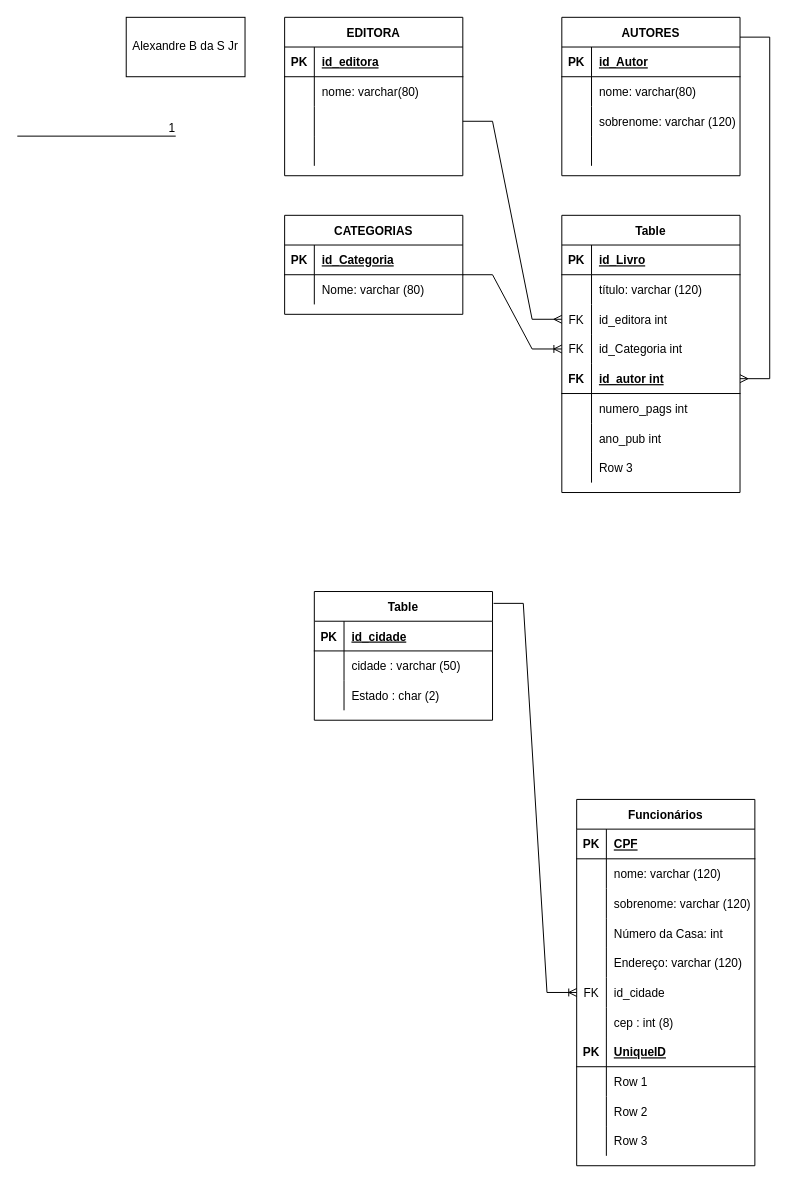
The draw.io diagram modelofisico.drawio in cgviak/Aulas-Novotec, before the edit. Source tidied: cells renumbered, new cells numbered last; positions are measured from the earlier drawing's top-left corner, leaving out a move shared by most shapes. Both pictures are drawn from the tidied source at 99%, with x=0, y=0 at pixel (17, 17).
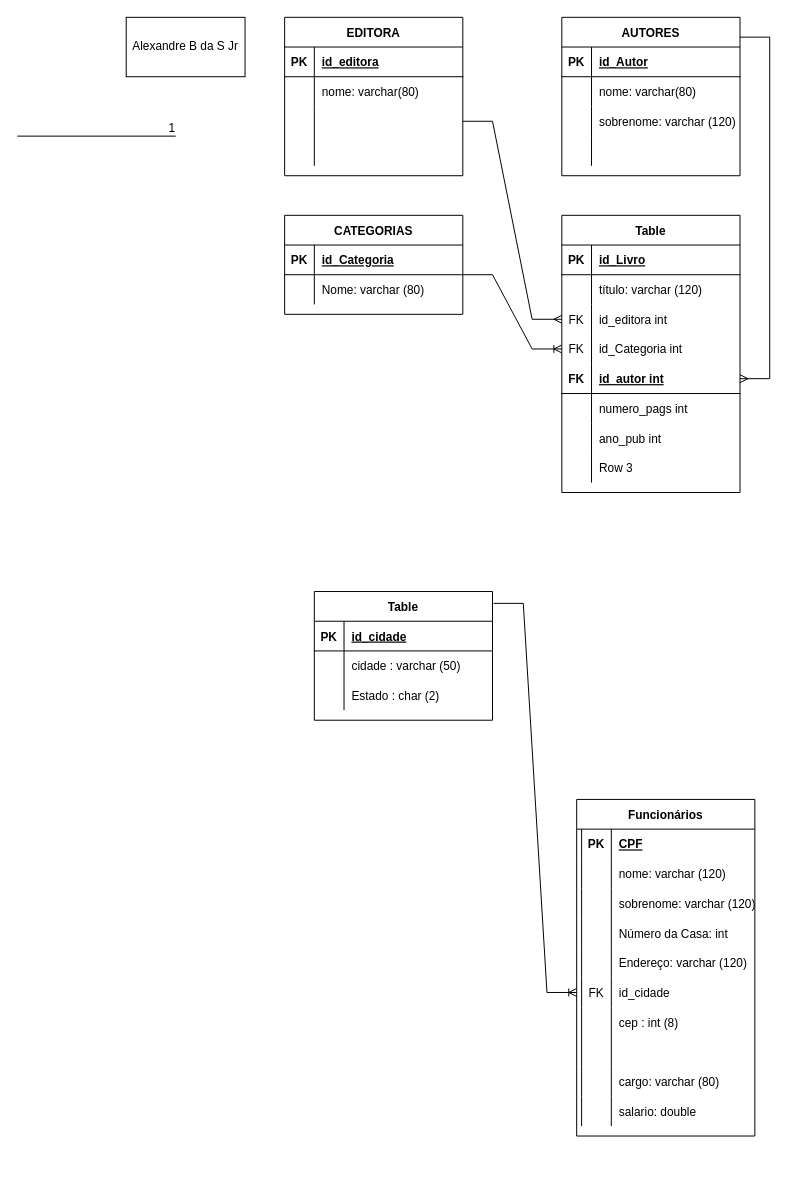
Above is the later version.

What changed in the source:
```diff
@@
     <mxCell id="76" value="Funcionários" style="shape=table;startSize=30;childLayout=tableLayout;rowLines=0;fontStyle=1;align=center;" parent="1" vertex="1">
-      <mxGeometry x="565" y="790" width="180" height="370" as="geometry" />
+      <mxGeometry x="565" y="790" width="180" height="340" as="geometry" />
     </mxCell>
-    <mxCell id="77" style="shape=tableRow;horizontal=0;startSize=0;swimlaneHead=0;swimlaneBody=0;fillColor=none;top=0;left=0;right=0;bottom=1;" parent="76" vertex="1">
+    <mxCell id="77" style="shape=tableRow;horizontal=0;startSize=5;swimlaneHead=0;swimlaneBody=0;fillColor=none;top=0;left=0;right=0;bottom=1;" parent="76" vertex="1">
       <mxGeometry y="30" width="180" height="30" as="geometry" />
     </mxCell>
     <mxCell id="78" value="PK" style="shape=partialRectangle;fillColor=none;top=0;left=0;bottom=0;right=0;fontStyle=1;overflow=hidden;" parent="77" vertex="1">
-      <mxGeometry width="30" height="30" as="geometry" />
+      <mxGeometry x="5" width="30" height="30" as="geometry" />
     </mxCell>
     <mxCell id="79" value="CPF" style="shape=partialRectangle;fillColor=none;top=0;left=0;bottom=0;right=0;align=left;spacingLeft=6;fontStyle=5;overflow=hidden;" parent="77" vertex="1">
-      <mxGeometry x="30" width="150" height="30" as="geometry" />
+      <mxGeometry x="35" width="145" height="30" as="geometry" />
     </mxCell>
-    <mxCell id="80" style="shape=tableRow;horizontal=0;startSize=0;swimlaneHead=0;swimlaneBody=0;fillColor=none;top=0;left=0;right=0;bottom=0;" parent="76" vertex="1">
+    <mxCell id="80" style="shape=tableRow;horizontal=0;startSize=5;swimlaneHead=0;swimlaneBody=0;fillColor=none;top=0;left=0;right=0;bottom=0;" parent="76" vertex="1">
       <mxGeometry y="60" width="180" height="30" as="geometry" />
     </mxCell>
     <mxCell id="81" style="shape=partialRectangle;fillColor=none;top=0;left=0;bottom=0;right=0;overflow=hidden;" parent="80" vertex="1">
-      <mxGeometry width="30" height="30" as="geometry" />
+      <mxGeometry x="5" width="30" height="30" as="geometry" />
     </mxCell>
     <mxCell id="82" value="nome: varchar (120)" style="shape=partialRectangle;fillColor=none;top=0;left=0;bottom=0;right=0;align=left;spacingLeft=6;overflow=hidden;" parent="80" vertex="1">
-      <mxGeometry x="30" width="150" height="30" as="geometry" />
+      <mxGeometry x="35" width="145" height="30" as="geometry" />
     </mxCell>
-    <mxCell id="83" style="shape=tableRow;horizontal=0;startSize=0;swimlaneHead=0;swimlaneBody=0;fillColor=none;top=0;left=0;right=0;bottom=0;" parent="76" vertex="1">
+    <mxCell id="83" style="shape=tableRow;horizontal=0;startSize=5;swimlaneHead=0;swimlaneBody=0;fillColor=none;top=0;left=0;right=0;bottom=0;" parent="76" vertex="1">
       <mxGeometry y="90" width="180" height="30" as="geometry" />
     </mxCell>
     <mxCell id="84" style="shape=partialRectangle;fillColor=none;top=0;left=0;bottom=0;right=0;overflow=hidden;" parent="83" vertex="1">
-      <mxGeometry width="30" height="30" as="geometry" />
+      <mxGeometry x="5" width="30" height="30" as="geometry" />
     </mxCell>
     <mxCell id="85" value="sobrenome: varchar (120)" style="shape=partialRectangle;fillColor=none;top=0;left=0;bottom=0;right=0;align=left;spacingLeft=6;overflow=hidden;" parent="83" vertex="1">
-      <mxGeometry x="30" width="150" height="30" as="geometry" />
+      <mxGeometry x="35" width="145" height="30" as="geometry" />
     </mxCell>
-    <mxCell id="86" style="shape=tableRow;horizontal=0;startSize=0;swimlaneHead=0;swimlaneBody=0;fillColor=none;top=0;left=0;right=0;bottom=0;" parent="76" vertex="1">
+    <mxCell id="86" style="shape=tableRow;horizontal=0;startSize=5;swimlaneHead=0;swimlaneBody=0;fillColor=none;top=0;left=0;right=0;bottom=0;" parent="76" vertex="1">
       <mxGeometry y="120" width="180" height="30" as="geometry" />
     </mxCell>
     <mxCell id="87" style="shape=partialRectangle;fillColor=none;top=0;left=0;bottom=0;right=0;overflow=hidden;" parent="86" vertex="1">
-      <mxGeometry width="30" height="30" as="geometry" />
+      <mxGeometry x="5" width="30" height="30" as="geometry" />
     </mxCell>
     <mxCell id="88" value="Número da Casa: int" style="shape=partialRectangle;fillColor=none;top=0;left=0;bottom=0;right=0;align=left;spacingLeft=6;overflow=hidden;" parent="86" vertex="1">
-      <mxGeometry x="30" width="150" height="30" as="geometry" />
+      <mxGeometry x="35" width="145" height="30" as="geometry" />
     </mxCell>
-    <mxCell id="89" style="shape=tableRow;horizontal=0;startSize=0;swimlaneHead=0;swimlaneBody=0;fillColor=none;top=0;left=0;right=0;bottom=0;" parent="76" vertex="1">
+    <mxCell id="89" style="shape=tableRow;horizontal=0;startSize=5;swimlaneHead=0;swimlaneBody=0;fillColor=none;top=0;left=0;right=0;bottom=0;" parent="76" vertex="1">
       <mxGeometry y="150" width="180" height="30" as="geometry" />
     </mxCell>
     <mxCell id="90" style="shape=partialRectangle;fillColor=none;top=0;left=0;bottom=0;right=0;overflow=hidden;" parent="89" vertex="1">
-      <mxGeometry width="30" height="30" as="geometry" />
+      <mxGeometry x="5" width="30" height="30" as="geometry" />
     </mxCell>
     <mxCell id="91" value="Endereço: varchar (120)" style="shape=partialRectangle;fillColor=none;top=0;left=0;bottom=0;right=0;align=left;spacingLeft=6;overflow=hidden;" parent="89" vertex="1">
-      <mxGeometry x="30" width="150" height="30" as="geometry" />
+      <mxGeometry x="35" width="145" height="30" as="geometry" />
     </mxCell>
-    <mxCell id="92" style="shape=tableRow;horizontal=0;startSize=0;swimlaneHead=0;swimlaneBody=0;fillColor=none;points=[[0,0.5],[1,0.5]];portConstraint=eastwest;top=0;left=0;right=0;bottom=0;" parent="76" vertex="1">
+    <mxCell id="92" style="shape=tableRow;horizontal=0;startSize=5;swimlaneHead=0;swimlaneBody=0;fillColor=none;points=[[0,0.5],[1,0.5]];portConstraint=eastwest;top=0;left=0;right=0;bottom=0;" parent="76" vertex="1">
       <mxGeometry y="180" width="180" height="30" as="geometry" />
     </mxCell>
     <mxCell id="93" value="FK" style="shape=partialRectangle;fillColor=none;top=0;left=0;bottom=0;right=0;overflow=hidden;" parent="92" vertex="1">
-      <mxGeometry width="30" height="30" as="geometry" />
+      <mxGeometry x="5" width="30" height="30" as="geometry" />
     </mxCell>
     <mxCell id="94" value="id_cidade" style="shape=partialRectangle;fillColor=none;top=0;left=0;bottom=0;right=0;align=left;spacingLeft=6;overflow=hidden;" parent="92" vertex="1">
-      <mxGeometry x="30" width="150" height="30" as="geometry" />
+      <mxGeometry x="35" width="145" height="30" as="geometry" />
     </mxCell>
-    <mxCell id="95" style="shape=tableRow;horizontal=0;startSize=0;swimlaneHead=0;swimlaneBody=0;fillColor=none;top=0;left=0;right=0;bottom=0;" parent="76" vertex="1">
+    <mxCell id="95" style="shape=tableRow;horizontal=0;startSize=5;swimlaneHead=0;swimlaneBody=0;fillColor=none;top=0;left=0;right=0;bottom=0;" parent="76" vertex="1">
       <mxGeometry y="210" width="180" height="30" as="geometry" />
     </mxCell>
     <mxCell id="96" style="shape=partialRectangle;fillColor=none;top=0;left=0;bottom=0;right=0;overflow=hidden;" parent="95" vertex="1">
-      <mxGeometry width="30" height="30" as="geometry" />
+      <mxGeometry x="5" width="30" height="30" as="geometry" />
     </mxCell>
     <mxCell id="97" value="cep : int (8)" style="shape=partialRectangle;fillColor=none;top=0;left=0;bottom=0;right=0;align=left;spacingLeft=6;overflow=hidden;" parent="95" vertex="1">
-      <mxGeometry x="30" width="150" height="30" as="geometry" />
+      <mxGeometry x="35" width="145" height="30" as="geometry" />
     </mxCell>
-    <mxCell id="98" style="shape=tableRow;horizontal=0;startSize=0;swimlaneHead=0;swimlaneBody=0;fillColor=none;top=0;left=0;right=0;bottom=1;" parent="76" vertex="1">
+    <mxCell id="98" style="shape=tableRow;horizontal=0;startSize=5;swimlaneHead=0;swimlaneBody=0;fillColor=none;top=0;left=0;right=0;bottom=1;" parent="76" vertex="1">
       <mxGeometry y="240" width="180" height="30" as="geometry" />
     </mxCell>
-    <mxCell id="99" value="PK" style="shape=partialRectangle;fillColor=none;top=0;left=0;bottom=0;right=0;fontStyle=1;overflow=hidden;" parent="98" vertex="1">
-      <mxGeometry width="30" height="30" as="geometry" />
+    <mxCell id="99" style="shape=partialRectangle;fillColor=none;top=0;left=0;bottom=0;right=0;fontStyle=1;overflow=hidden;" parent="98" vertex="1">
+      <mxGeometry x="5" width="30" height="30" as="geometry" />
     </mxCell>
-    <mxCell id="100" value="UniqueID" style="shape=partialRectangle;fillColor=none;top=0;left=0;bottom=0;right=0;align=left;spacingLeft=6;fontStyle=5;overflow=hidden;" parent="98" vertex="1">
-      <mxGeometry x="30" width="150" height="30" as="geometry" />
+    <mxCell id="100" style="shape=partialRectangle;fillColor=none;top=0;left=0;bottom=0;right=0;align=left;spacingLeft=6;fontStyle=5;overflow=hidden;" parent="98" vertex="1">
+      <mxGeometry x="35" width="145" height="30" as="geometry" />
     </mxCell>
-    <mxCell id="101" style="shape=tableRow;horizontal=0;startSize=0;swimlaneHead=0;swimlaneBody=0;fillColor=none;top=0;left=0;right=0;bottom=0;" parent="76" vertex="1">
+    <mxCell id="101" style="shape=tableRow;horizontal=0;startSize=5;swimlaneHead=0;swimlaneBody=0;fillColor=none;top=0;left=0;right=0;bottom=0;" parent="76" vertex="1">
       <mxGeometry y="270" width="180" height="30" as="geometry" />
     </mxCell>
     <mxCell id="102" style="shape=partialRectangle;fillColor=none;top=0;left=0;bottom=0;right=0;overflow=hidden;" parent="101" vertex="1">
-      <mxGeometry width="30" height="30" as="geometry" />
+      <mxGeometry x="5" width="30" height="30" as="geometry" />
     </mxCell>
-    <mxCell id="103" value="Row 1" style="shape=partialRectangle;fillColor=none;top=0;left=0;bottom=0;right=0;align=left;spacingLeft=6;overflow=hidden;" parent="101" vertex="1">
-      <mxGeometry x="30" width="150" height="30" as="geometry" />
+    <mxCell id="103" value="cargo: varchar (80)" style="shape=partialRectangle;fillColor=none;top=0;left=0;bottom=0;right=0;align=left;spacingLeft=6;overflow=hidden;" parent="101" vertex="1">
+      <mxGeometry x="35" width="145" height="30" as="geometry" />
     </mxCell>
-    <mxCell id="104" style="shape=tableRow;horizontal=0;startSize=0;swimlaneHead=0;swimlaneBody=0;fillColor=none;top=0;left=0;right=0;bottom=0;" parent="76" vertex="1">
+    <mxCell id="104" style="shape=tableRow;horizontal=0;startSize=5;swimlaneHead=0;swimlaneBody=0;fillColor=none;top=0;left=0;right=0;bottom=0;" parent="76" vertex="1">
       <mxGeometry y="300" width="180" height="30" as="geometry" />
     </mxCell>
     <mxCell id="105" style="shape=partialRectangle;fillColor=none;top=0;left=0;bottom=0;right=0;overflow=hidden;" parent="104" vertex="1">
-      <mxGeometry width="30" height="30" as="geometry" />
+      <mxGeometry x="5" width="30" height="30" as="geometry" />
     </mxCell>
-    <mxCell id="106" value="Row 2" style="shape=partialRectangle;fillColor=none;top=0;left=0;bottom=0;right=0;align=left;spacingLeft=6;overflow=hidden;" parent="104" vertex="1">
-      <mxGeometry x="30" width="150" height="30" as="geometry" />
+    <mxCell id="106" value="salario: double" style="shape=partialRectangle;fillColor=none;top=0;left=0;bottom=0;right=0;align=left;spacingLeft=6;overflow=hidden;" parent="104" vertex="1">
+      <mxGeometry x="35" width="145" height="30" as="geometry" />
     </mxCell>
-    <mxCell id="107" style="shape=tableRow;horizontal=0;startSize=0;swimlaneHead=0;swimlaneBody=0;fillColor=none;top=0;left=0;right=0;bottom=0;" parent="76" vertex="1">
-      <mxGeometry y="330" width="180" height="30" as="geometry" />
-    </mxCell>
-    <mxCell id="108" style="shape=partialRectangle;fillColor=none;top=0;left=0;bottom=0;right=0;overflow=hidden;" parent="107" vertex="1">
-      <mxGeometry width="30" height="30" as="geometry" />
-    </mxCell>
-    <mxCell id="109" value="Row 3" style="shape=partialRectangle;fillColor=none;top=0;left=0;bottom=0;right=0;align=left;spacingLeft=6;overflow=hidden;" parent="107" vertex="1">
-      <mxGeometry x="30" width="150" height="30" as="geometry" />
-    </mxCell>
```
